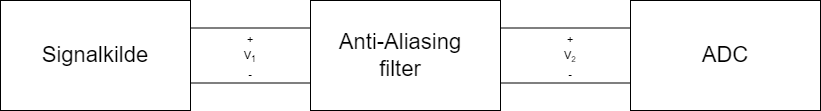
Earlier version of the draw.io export TTT4260-ESDA/Design8/LaTex/Bilder/overblikk.drawio.png (Eirik-MS/NTNU_Code). Source tidied: cells renumbered, new cells last; positions are measured from the earlier drawing's top-left corner, leaving out a move shared by most shapes. Source of this version:
```xml
<mxGraphModel>
  <root>
    <mxCell id="0" />
    <mxCell id="1" parent="0" />
    <mxCell id="2" style="rounded=0;whiteSpace=wrap;html=1;" parent="1" vertex="1">
      <mxGeometry width="190" height="110" as="geometry" />
    </mxCell>
    <mxCell id="3" style="rounded=0;whiteSpace=wrap;html=1;" parent="1" vertex="1">
      <mxGeometry x="310" width="190" height="110" as="geometry" />
    </mxCell>
    <mxCell id="4" style="rounded=0;whiteSpace=wrap;html=1;" parent="1" vertex="1">
      <mxGeometry x="630" width="190" height="110" as="geometry" />
    </mxCell>
    <mxCell id="5" style="endArrow=none;html=1;exitX=1;exitY=0.25;exitDx=0;exitDy=0;entryX=0;entryY=0.25;entryDx=0;entryDy=0;" parent="1" edge="1" source="2" target="3">
      <mxGeometry relative="1" as="geometry" />
    </mxCell>
    <mxCell id="6" style="endArrow=none;html=1;exitX=1;exitY=0.75;exitDx=0;exitDy=0;entryX=0;entryY=0.75;entryDx=0;entryDy=0;" parent="1" edge="1" source="2" target="3">
      <mxGeometry relative="1" as="geometry" />
    </mxCell>
    <mxCell id="7" style="endArrow=none;html=1;entryX=0;entryY=0.25;entryDx=0;entryDy=0;exitX=1;exitY=0.25;exitDx=0;exitDy=0;" parent="1" edge="1" source="3" target="4">
      <mxGeometry relative="1" as="geometry" />
    </mxCell>
    <mxCell id="8" style="endArrow=none;html=1;entryX=1;entryY=0.75;entryDx=0;entryDy=0;exitX=0;exitY=0.75;exitDx=0;exitDy=0;" parent="1" edge="1" source="4" target="3">
      <mxGeometry relative="1" as="geometry" />
    </mxCell>
    <mxCell id="9" value="&lt;font style=&quot;font-size: 22px;&quot;&gt;Signalkilde&lt;/font&gt;" style="text;html=1;strokeColor=none;fillColor=none;align=center;verticalAlign=middle;whiteSpace=wrap;rounded=0;" parent="1" vertex="1">
      <mxGeometry x="40" y="25" width="110" height="60" as="geometry" />
    </mxCell>
    <mxCell id="10" value="&lt;font style=&quot;font-size: 22px;&quot;&gt;Anti-Aliasing filter&lt;/font&gt;" style="text;html=1;strokeColor=none;fillColor=none;align=center;verticalAlign=middle;whiteSpace=wrap;rounded=0;" parent="1" vertex="1">
      <mxGeometry x="330" y="25" width="140" height="60" as="geometry" />
    </mxCell>
    <mxCell id="11" value="&lt;font style=&quot;font-size: 22px;&quot;&gt;ADC&lt;/font&gt;" style="text;html=1;strokeColor=none;fillColor=none;align=center;verticalAlign=middle;whiteSpace=wrap;rounded=0;" parent="1" vertex="1">
      <mxGeometry x="655" y="25" width="140" height="60" as="geometry" />
    </mxCell>
    <mxCell id="12" value="&lt;p style=&quot;line-height: 58%;&quot;&gt;&lt;font style=&quot;font-size: 11px;&quot;&gt;+&lt;br&gt;V&lt;sub&gt;1&lt;/sub&gt;&lt;br&gt;-&lt;/font&gt;&lt;/p&gt;" style="text;html=1;strokeColor=none;fillColor=none;align=center;verticalAlign=middle;whiteSpace=wrap;rounded=0;fontSize=22;" parent="1" vertex="1">
      <mxGeometry x="220" y="40" width="60" height="30" as="geometry" />
    </mxCell>
    <mxCell id="13" value="&lt;p style=&quot;line-height: 58%;&quot;&gt;&lt;font style=&quot;font-size: 11px;&quot;&gt;+&lt;br&gt;V&lt;/font&gt;&lt;font size=&quot;1&quot; style=&quot;&quot;&gt;&lt;sub&gt;2&lt;/sub&gt;&lt;/font&gt;&lt;font style=&quot;&quot;&gt;&lt;br&gt;&lt;span style=&quot;font-size: 11px;&quot;&gt;-&lt;/span&gt;&lt;/font&gt;&lt;/p&gt;" style="text;html=1;strokeColor=none;fillColor=none;align=center;verticalAlign=middle;whiteSpace=wrap;rounded=0;fontSize=22;" parent="1" vertex="1">
      <mxGeometry x="540" y="40" width="60" height="30" as="geometry" />
    </mxCell>
  </root>
</mxGraphModel>
```
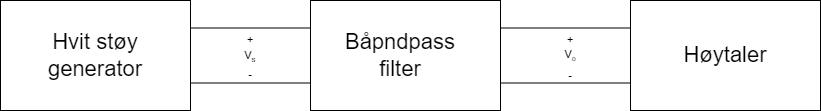
After the change.

Change to the diagram source:
```diff
@@ -23,19 +23,19 @@
     <mxCell id="8" style="endArrow=none;html=1;entryX=1;entryY=0.75;entryDx=0;entryDy=0;exitX=0;exitY=0.75;exitDx=0;exitDy=0;" parent="1" edge="1" source="4" target="3">
       <mxGeometry relative="1" as="geometry" />
     </mxCell>
-    <mxCell id="9" value="&lt;font style=&quot;font-size: 22px;&quot;&gt;Signalkilde&lt;/font&gt;" style="text;html=1;strokeColor=none;fillColor=none;align=center;verticalAlign=middle;whiteSpace=wrap;rounded=0;" parent="1" vertex="1">
+    <mxCell id="9" value="&lt;font style=&quot;font-size: 22px;&quot;&gt;Hvit støy generator&lt;/font&gt;" style="text;html=1;strokeColor=none;fillColor=none;align=center;verticalAlign=middle;whiteSpace=wrap;rounded=0;" parent="1" vertex="1">
       <mxGeometry x="40" y="25" width="110" height="60" as="geometry" />
     </mxCell>
-    <mxCell id="10" value="&lt;font style=&quot;font-size: 22px;&quot;&gt;Anti-Aliasing filter&lt;/font&gt;" style="text;html=1;strokeColor=none;fillColor=none;align=center;verticalAlign=middle;whiteSpace=wrap;rounded=0;" parent="1" vertex="1">
+    <mxCell id="10" value="&lt;font style=&quot;font-size: 22px;&quot;&gt;Båpndpass filter&lt;/font&gt;" style="text;html=1;strokeColor=none;fillColor=none;align=center;verticalAlign=middle;whiteSpace=wrap;rounded=0;" parent="1" vertex="1">
       <mxGeometry x="330" y="25" width="140" height="60" as="geometry" />
     </mxCell>
-    <mxCell id="11" value="&lt;font style=&quot;font-size: 22px;&quot;&gt;ADC&lt;/font&gt;" style="text;html=1;strokeColor=none;fillColor=none;align=center;verticalAlign=middle;whiteSpace=wrap;rounded=0;" parent="1" vertex="1">
+    <mxCell id="11" value="&lt;font style=&quot;font-size: 22px;&quot;&gt;Høytaler&lt;/font&gt;" style="text;html=1;strokeColor=none;fillColor=none;align=center;verticalAlign=middle;whiteSpace=wrap;rounded=0;" parent="1" vertex="1">
       <mxGeometry x="655" y="25" width="140" height="60" as="geometry" />
     </mxCell>
-    <mxCell id="12" value="&lt;p style=&quot;line-height: 58%;&quot;&gt;&lt;font style=&quot;font-size: 11px;&quot;&gt;+&lt;br&gt;V&lt;sub&gt;1&lt;/sub&gt;&lt;br&gt;-&lt;/font&gt;&lt;/p&gt;" style="text;html=1;strokeColor=none;fillColor=none;align=center;verticalAlign=middle;whiteSpace=wrap;rounded=0;fontSize=22;" parent="1" vertex="1">
+    <mxCell id="12" value="&lt;p style=&quot;line-height: 58%;&quot;&gt;&lt;font style=&quot;font-size: 11px;&quot;&gt;+&lt;br&gt;V&lt;/font&gt;&lt;font size=&quot;1&quot; style=&quot;&quot;&gt;&lt;sub&gt;s&lt;/sub&gt;&lt;/font&gt;&lt;font style=&quot;&quot;&gt;&lt;br&gt;&lt;span style=&quot;font-size: 11px;&quot;&gt;-&lt;/span&gt;&lt;/font&gt;&lt;/p&gt;" style="text;html=1;strokeColor=none;fillColor=none;align=center;verticalAlign=middle;whiteSpace=wrap;rounded=0;fontSize=22;" parent="1" vertex="1">
       <mxGeometry x="220" y="40" width="60" height="30" as="geometry" />
     </mxCell>
-    <mxCell id="13" value="&lt;p style=&quot;line-height: 58%;&quot;&gt;&lt;font style=&quot;font-size: 11px;&quot;&gt;+&lt;br&gt;V&lt;/font&gt;&lt;font size=&quot;1&quot; style=&quot;&quot;&gt;&lt;sub&gt;2&lt;/sub&gt;&lt;/font&gt;&lt;font style=&quot;&quot;&gt;&lt;br&gt;&lt;span style=&quot;font-size: 11px;&quot;&gt;-&lt;/span&gt;&lt;/font&gt;&lt;/p&gt;" style="text;html=1;strokeColor=none;fillColor=none;align=center;verticalAlign=middle;whiteSpace=wrap;rounded=0;fontSize=22;" parent="1" vertex="1">
+    <mxCell id="13" value="&lt;p style=&quot;line-height: 58%;&quot;&gt;&lt;font style=&quot;font-size: 11px;&quot;&gt;+&lt;br&gt;V&lt;/font&gt;&lt;font style=&quot;font-size: 8.33333px;&quot;&gt;&lt;sub&gt;o&lt;/sub&gt;&lt;/font&gt;&lt;font style=&quot;&quot;&gt;&lt;br&gt;&lt;span style=&quot;font-size: 11px;&quot;&gt;-&lt;/span&gt;&lt;/font&gt;&lt;/p&gt;" style="text;html=1;strokeColor=none;fillColor=none;align=center;verticalAlign=middle;whiteSpace=wrap;rounded=0;fontSize=22;" parent="1" vertex="1">
       <mxGeometry x="540" y="40" width="60" height="30" as="geometry" />
     </mxCell>
   </root>
```
